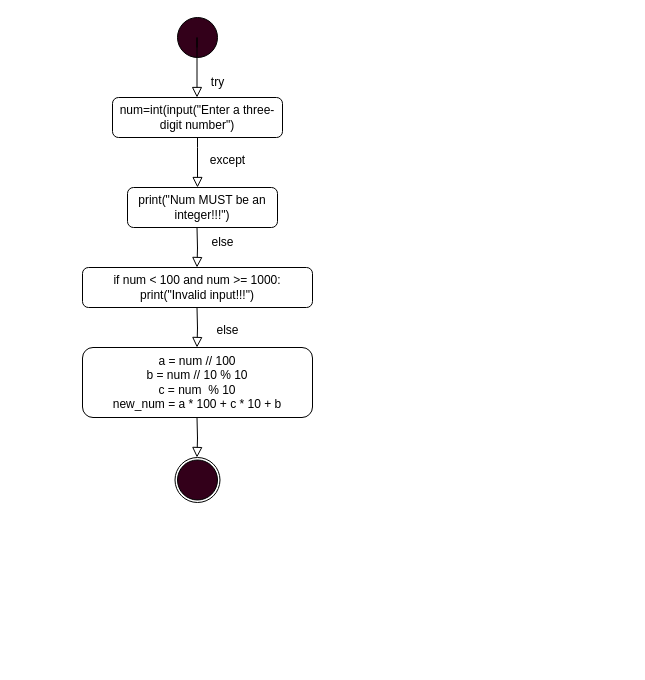
Lersis09/lr1_oop keeps this draw.io diagram as Диаграмма без названия.drawio. Above is the earlier version. Source tidied: cells renumbered, new cells numbered last; positions are measured from the earlier drawing's top-left corner, leaving out a move shared by most shapes. Both pictures are drawn from the tidied source at 100%, with x=0, y=0 at pixel (82, 17).
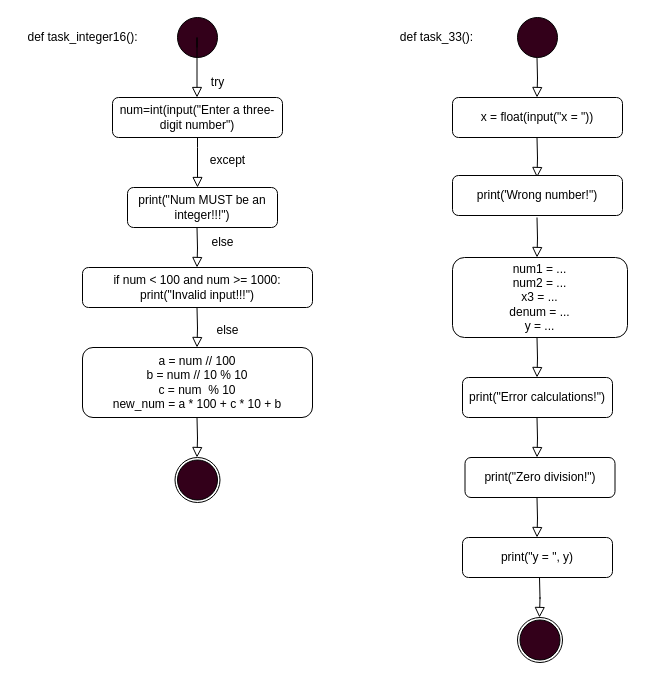
The same page after the edit.

The edit, as a diff of the source:
```diff
@@
+    <mxCell id="18" style="verticalLabelPosition=bottom;verticalAlign=top;html=1;shape=mxgraph.flowchart.on-page_reference;fillColor=#33001A;" parent="1" vertex="1">
+      <mxGeometry x="435" width="40" height="40" as="geometry" />
+    </mxCell>
+    <mxCell id="19" style="rounded=0;html=1;jettySize=auto;orthogonalLoop=1;fontSize=11;endArrow=block;endFill=0;endSize=8;strokeWidth=1;shadow=0;labelBackgroundColor=none;edgeStyle=orthogonalEdgeStyle;" parent="1" edge="1">
+      <mxGeometry y="20" relative="1" as="geometry">
+        <mxPoint x="454.5" y="40" as="sourcePoint" />
+        <mxPoint x="454.5" y="80" as="targetPoint" />
+      </mxGeometry>
+    </mxCell>
+    <mxCell id="20" value="x = float(input(&quot;x = &quot;))" style="rounded=1;whiteSpace=wrap;html=1;fontSize=12;glass=0;strokeWidth=1;shadow=0;" parent="1" vertex="1">
+      <mxGeometry x="370" y="80" width="170" height="40" as="geometry" />
+    </mxCell>
+    <mxCell id="21" style="rounded=0;html=1;jettySize=auto;orthogonalLoop=1;fontSize=11;endArrow=block;endFill=0;endSize=8;strokeWidth=1;shadow=0;labelBackgroundColor=none;edgeStyle=orthogonalEdgeStyle;" parent="1" edge="1">
+      <mxGeometry y="20" relative="1" as="geometry">
+        <mxPoint x="454.5" y="120" as="sourcePoint" />
+        <mxPoint x="454.5" y="160" as="targetPoint" />
+      </mxGeometry>
+    </mxCell>
+    <mxCell id="22" value="print('Wrong number!&quot;)" style="rounded=1;whiteSpace=wrap;html=1;fontSize=12;glass=0;strokeWidth=1;shadow=0;" parent="1" vertex="1">
+      <mxGeometry x="370" y="158" width="170" height="40" as="geometry" />
+    </mxCell>
+    <mxCell id="23" style="rounded=0;html=1;jettySize=auto;orthogonalLoop=1;fontSize=11;endArrow=block;endFill=0;endSize=8;strokeWidth=1;shadow=0;labelBackgroundColor=none;edgeStyle=orthogonalEdgeStyle;" parent="1" edge="1">
+      <mxGeometry y="20" relative="1" as="geometry">
+        <mxPoint x="454.5" y="200" as="sourcePoint" />
+        <mxPoint x="454.5" y="240" as="targetPoint" />
+      </mxGeometry>
+    </mxCell>
+    <mxCell id="24" value="num1 = ... &lt;br&gt;num2 = ... &lt;br&gt;x3 = ... &lt;br&gt;denum = ... &lt;br&gt;y = ...&lt;br&gt;" style="rounded=1;whiteSpace=wrap;html=1;fontSize=12;glass=0;strokeWidth=1;shadow=0;" parent="1" vertex="1">
+      <mxGeometry x="370" y="240" width="175" height="80" as="geometry" />
+    </mxCell>
+    <mxCell id="25" style="rounded=0;html=1;jettySize=auto;orthogonalLoop=1;fontSize=11;endArrow=block;endFill=0;endSize=8;strokeWidth=1;shadow=0;labelBackgroundColor=none;edgeStyle=orthogonalEdgeStyle;" parent="1" edge="1">
+      <mxGeometry y="20" relative="1" as="geometry">
+        <mxPoint x="454.5" y="320" as="sourcePoint" />
+        <mxPoint x="454.5" y="360" as="targetPoint" />
+      </mxGeometry>
+    </mxCell>
+    <mxCell id="26" value="print(&quot;Error calculations!&quot;)" style="rounded=1;whiteSpace=wrap;html=1;fontSize=12;glass=0;strokeWidth=1;shadow=0;" parent="1" vertex="1">
+      <mxGeometry x="380" y="360" width="150" height="40" as="geometry" />
+    </mxCell>
+    <mxCell id="27" style="rounded=0;html=1;jettySize=auto;orthogonalLoop=1;fontSize=11;endArrow=block;endFill=0;endSize=8;strokeWidth=1;shadow=0;labelBackgroundColor=none;edgeStyle=orthogonalEdgeStyle;" parent="1" edge="1">
+      <mxGeometry y="20" relative="1" as="geometry">
+        <mxPoint x="454.5" y="400" as="sourcePoint" />
+        <mxPoint x="454.5" y="440" as="targetPoint" />
+      </mxGeometry>
+    </mxCell>
+    <mxCell id="28" value="print(&quot;Zero division!&quot;)" style="rounded=1;whiteSpace=wrap;html=1;fontSize=12;glass=0;strokeWidth=1;shadow=0;" parent="1" vertex="1">
+      <mxGeometry x="382.5" y="440" width="150" height="40" as="geometry" />
+    </mxCell>
+    <mxCell id="29" style="rounded=0;html=1;jettySize=auto;orthogonalLoop=1;fontSize=11;endArrow=block;endFill=0;endSize=8;strokeWidth=1;shadow=0;labelBackgroundColor=none;edgeStyle=orthogonalEdgeStyle;" parent="1" edge="1">
+      <mxGeometry y="20" relative="1" as="geometry">
+        <mxPoint x="454.5" y="480" as="sourcePoint" />
+        <mxPoint x="454.5" y="520" as="targetPoint" />
+      </mxGeometry>
+    </mxCell>
+    <mxCell id="30" value="print(&quot;y = &quot;, y)" style="rounded=1;whiteSpace=wrap;html=1;fontSize=12;glass=0;strokeWidth=1;shadow=0;" parent="1" vertex="1">
+      <mxGeometry x="380" y="520" width="150" height="40" as="geometry" />
+    </mxCell>
+    <mxCell id="31" style="rounded=0;html=1;jettySize=auto;orthogonalLoop=1;fontSize=11;endArrow=block;endFill=0;endSize=8;strokeWidth=1;shadow=0;labelBackgroundColor=none;edgeStyle=orthogonalEdgeStyle;" parent="1" edge="1">
+      <mxGeometry y="20" relative="1" as="geometry">
+        <mxPoint x="457" y="560" as="sourcePoint" />
+        <mxPoint x="457" y="600" as="targetPoint" />
+      </mxGeometry>
+    </mxCell>
+    <mxCell id="32" style="verticalLabelPosition=bottom;verticalAlign=top;html=1;shape=mxgraph.flowchart.on-page_reference;fillColor=#33001A;" parent="1" vertex="1">
+      <mxGeometry x="437.5" y="602.5" width="40" height="40" as="geometry" />
+    </mxCell>
+    <mxCell id="33" style="ellipse;whiteSpace=wrap;html=1;fillColor=none;" parent="1" vertex="1">
+      <mxGeometry x="435" y="600" width="45" height="45" as="geometry" />
+    </mxCell>
+    <mxCell id="34" value="def task_integer16():" style="text;html=1;align=center;verticalAlign=middle;strokeColor=none;fillColor=none;" parent="1" vertex="1">
+      <mxGeometry x="-65" y="5" width="130" height="30" as="geometry" />
+    </mxCell>
+    <mxCell id="35" value="def task_33():" style="text;html=1;align=center;verticalAlign=middle;strokeColor=none;fillColor=none;" parent="1" vertex="1">
+      <mxGeometry x="304" y="5" width="100" height="30" as="geometry" />
+    </mxCell>
```
